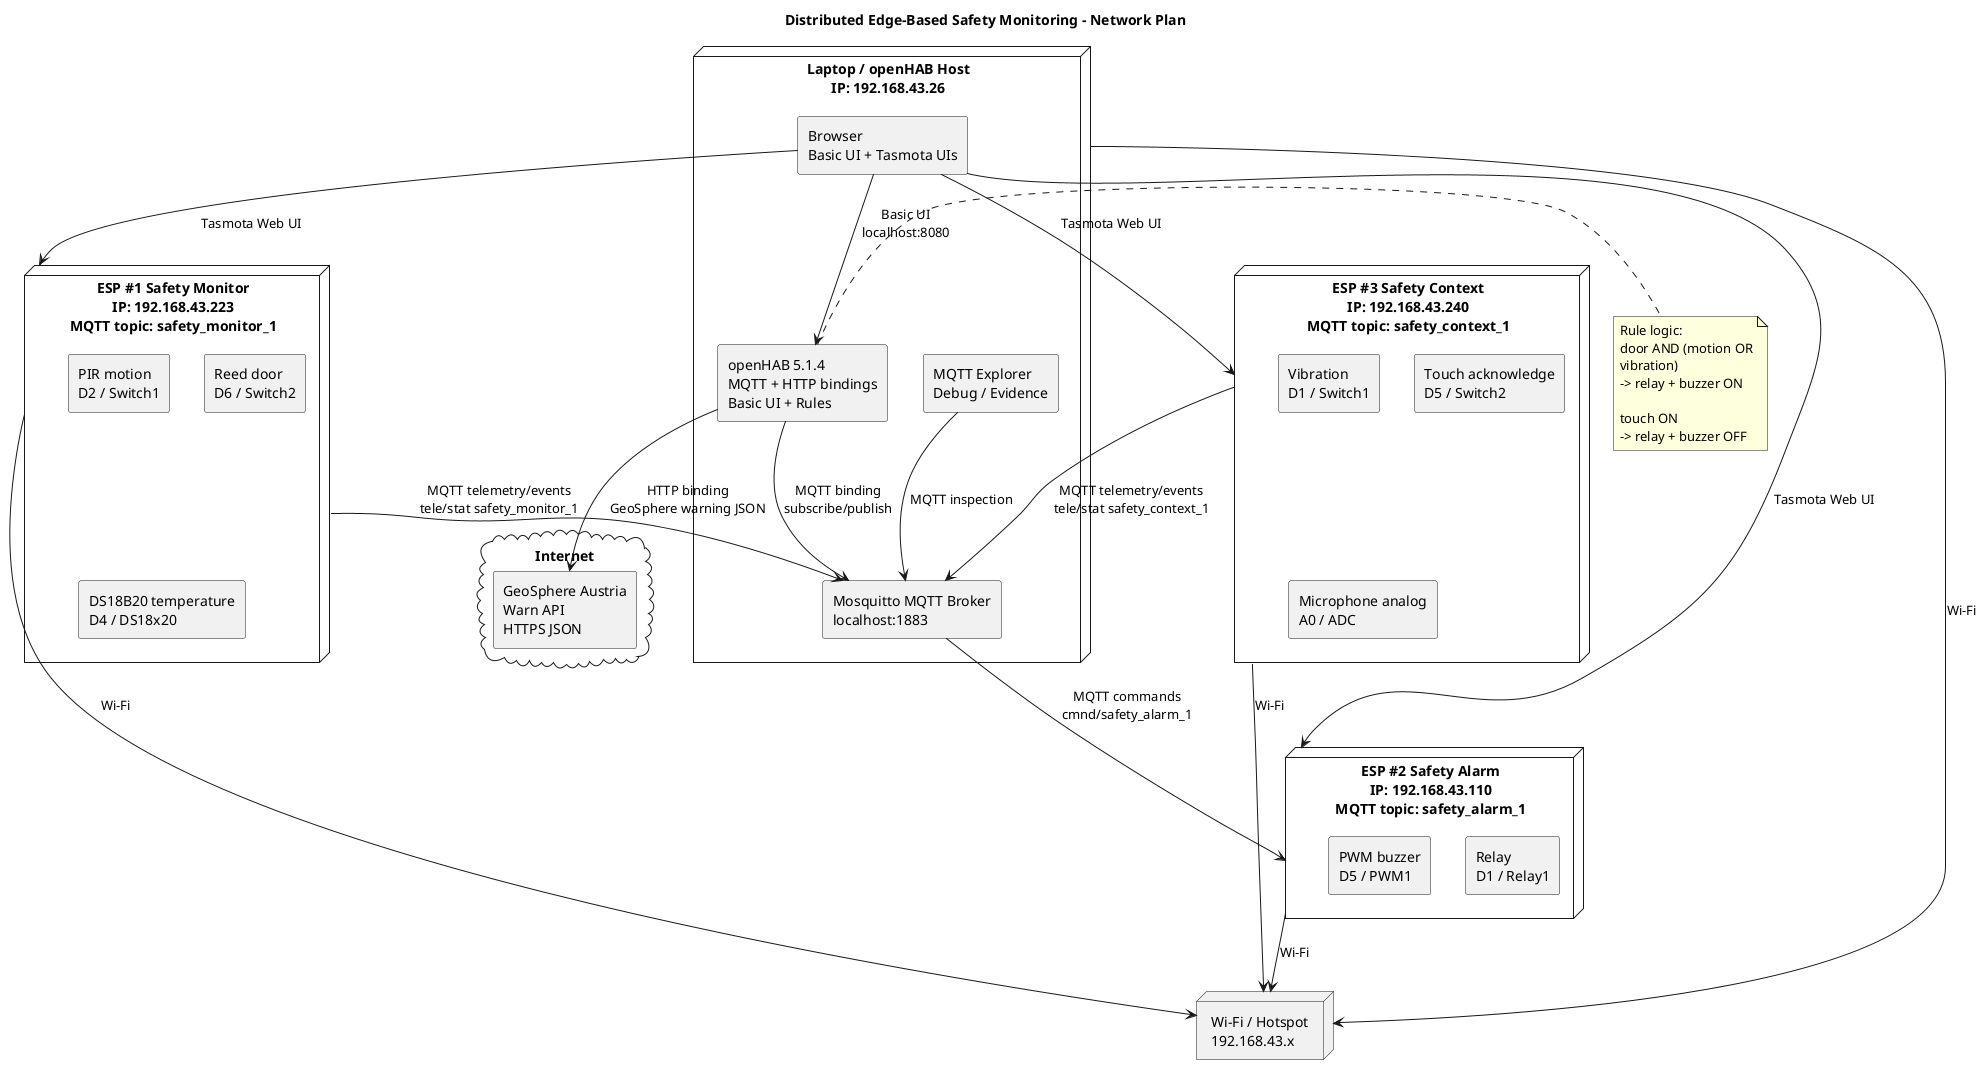
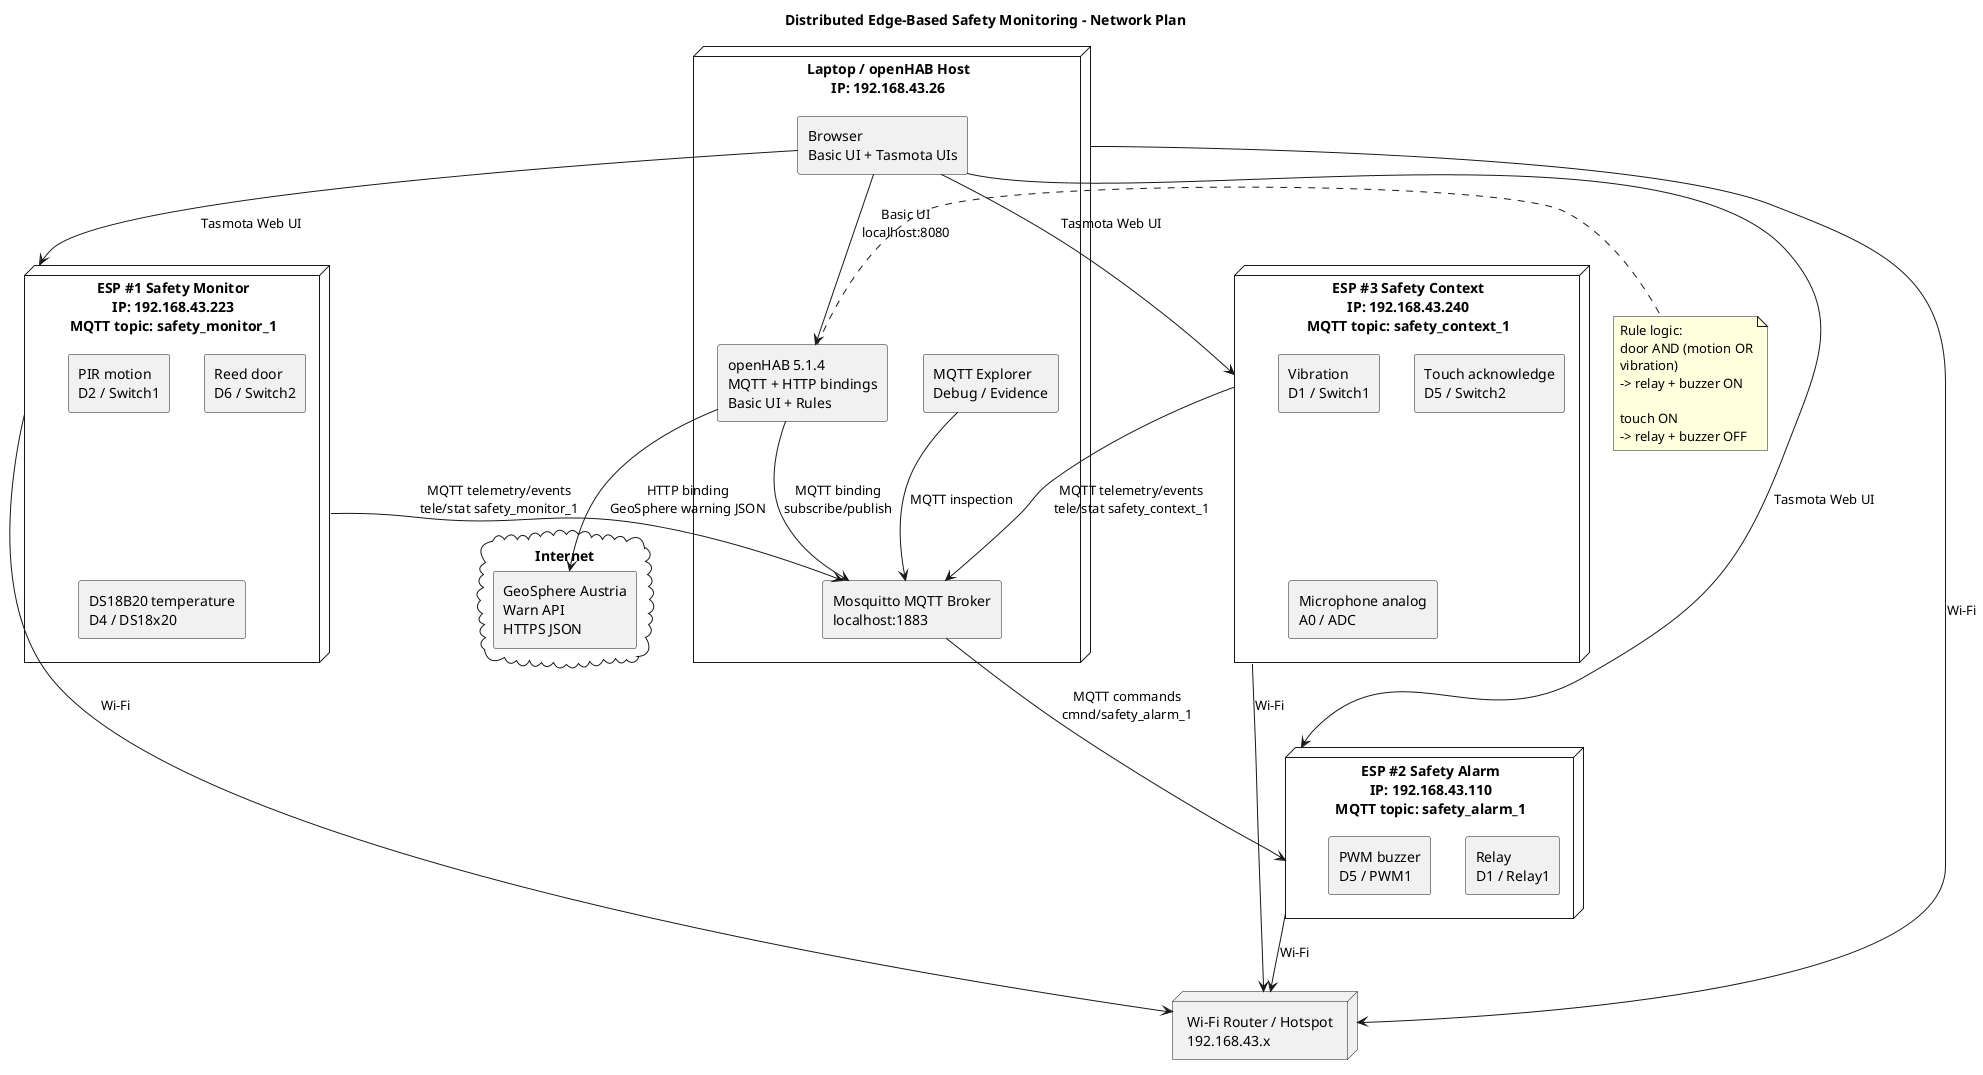
@startuml
title Distributed Edge-Based Safety Monitoring - Network Plan

skinparam shadowing false
skinparam componentStyle rectangle
skinparam wrapWidth 180

cloud "Internet" as internet {
  rectangle "GeoSphere Austria\nWarn API\nHTTPS JSON" as geosphere
}

node "Laptop / openHAB Host\nIP: 192.168.43.26" as laptop {
  component "Mosquitto MQTT Broker\nlocalhost:1883" as mosquitto
  component "openHAB 5.1.4\nMQTT + HTTP bindings\nBasic UI + Rules" as openhab
  component "MQTT Explorer\nDebug / Evidence" as explorer
  component "Browser\nBasic UI + Tasmota UIs" as browser
}

- node "Wi-Fi / Hotspot\n192.168.43.x" as wifi
+ node "Wi-Fi Router / Hotspot\n192.168.43.x" as wifi

node "ESP #1 Safety Monitor\nIP: 192.168.43.223\nMQTT topic: safety_monitor_1" as esp1 {
  component "PIR motion\nD2 / Switch1" as pir
  component "Reed door\nD6 / Switch2" as reed
  component "DS18B20 temperature\nD4 / DS18x20" as temp
}

node "ESP #2 Safety Alarm\nIP: 192.168.43.110\nMQTT topic: safety_alarm_1" as esp2 {
  component "Relay\nD1 / Relay1" as relay
  component "PWM buzzer\nD5 / PWM1" as buzzer
}

node "ESP #3 Safety Context\nIP: 192.168.43.240\nMQTT topic: safety_context_1" as esp3 {
  component "Vibration\nD1 / Switch1" as vibration
  component "Touch acknowledge\nD5 / Switch2" as touch
  component "Microphone analog\nA0 / ADC" as mic
}

esp1 --> wifi : Wi-Fi
esp2 --> wifi : Wi-Fi
esp3 --> wifi : Wi-Fi
laptop --> wifi : Wi-Fi

esp1 --> mosquitto : MQTT telemetry/events\ntele/stat safety_monitor_1
esp3 --> mosquitto : MQTT telemetry/events\ntele/stat safety_context_1
openhab --> mosquitto : MQTT binding\nsubscribe/publish
mosquitto --> esp2 : MQTT commands\ncmnd/safety_alarm_1
explorer --> mosquitto : MQTT inspection

browser --> openhab : Basic UI\nlocalhost:8080
browser --> esp1 : Tasmota Web UI
browser --> esp2 : Tasmota Web UI
browser --> esp3 : Tasmota Web UI

openhab --> geosphere : HTTP binding\nGeoSphere warning JSON

note right of openhab
Rule logic:
door AND (motion OR vibration)
-> relay + buzzer ON

touch ON
-> relay + buzzer OFF
end note

@enduml
